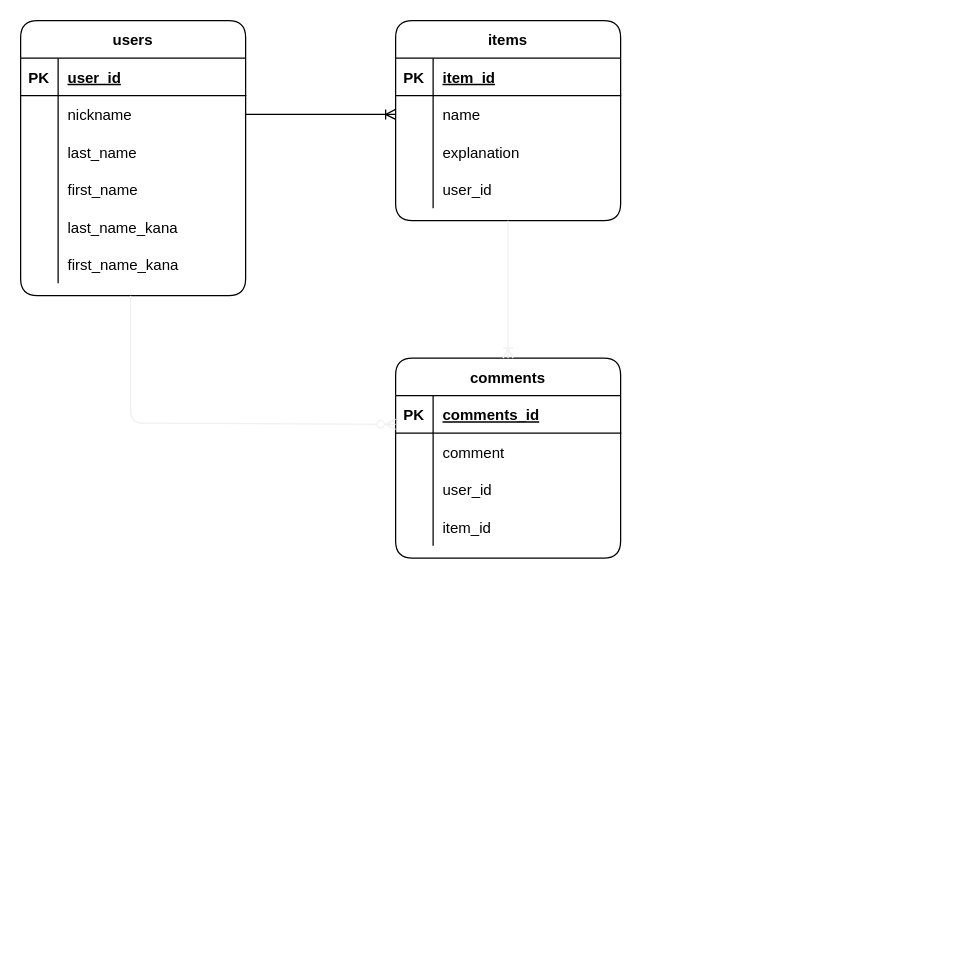
Before: furima.dio in sumitaryosuke/furima-32535, a draw.io diagram. Source tidied: cells renumbered, new cells numbered last; positions are measured from the earlier drawing's top-left corner, leaving out a move shared by most shapes. Both pictures are drawn from the tidied source at 125%, with x=0, y=0 at pixel (20, 20).
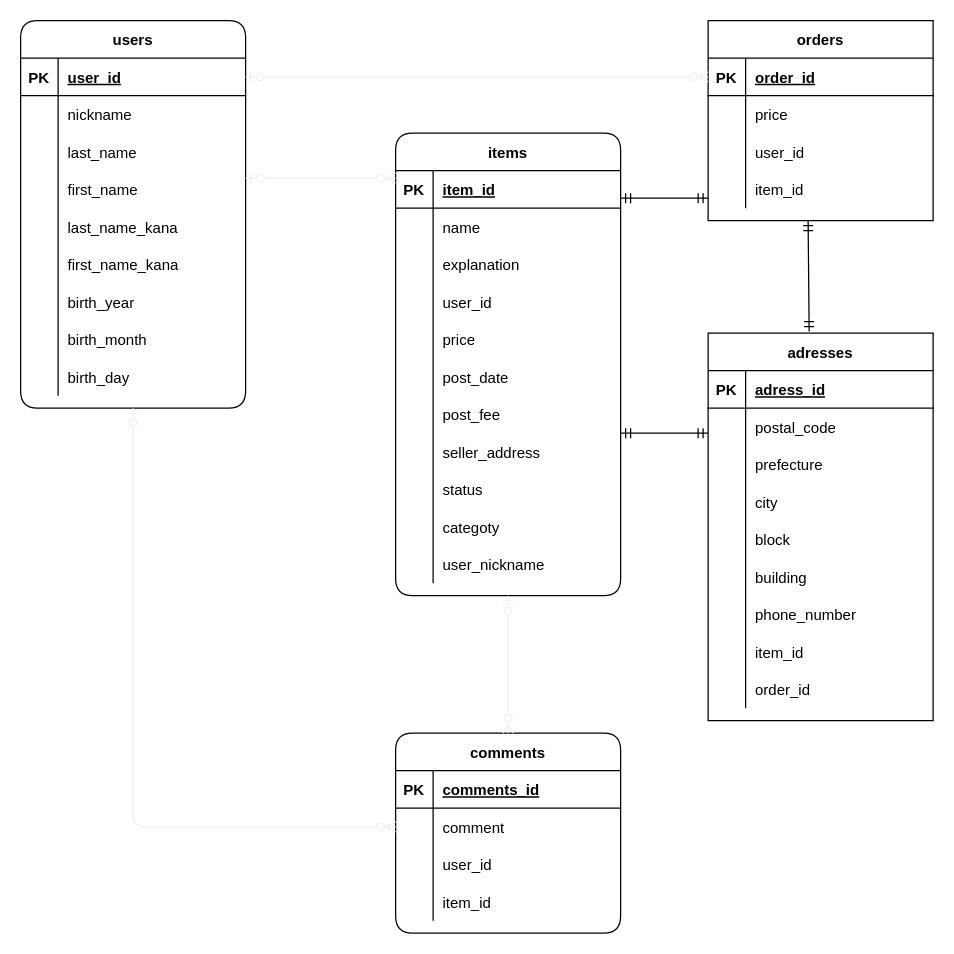
Above is the later version.

Commit message (it also covers changes not shown here):
データベース設計　修正１

The change refers to these unchanged cells:
```xml
<mxCell id="6" style="shape=partialRectangle;fillColor=none;top=0;left=0;bottom=0;right=0;points=[[0,0.5],[1,0.5]];portConstraint=eastwest;rounded=1;" parent="2" vertex="1">
  <mxGeometry y="60" width="180" height="30" as="geometry" />
</mxCell>
<mxCell id="12" style="shape=partialRectangle;fillColor=none;top=0;left=0;bottom=0;right=0;points=[[0,0.5],[1,0.5]];portConstraint=eastwest;rounded=1;" parent="2" vertex="1">
  <mxGeometry y="120" width="180" height="30" as="geometry" />
</mxCell>
<mxCell id="25" style="shape=partialRectangle;fillColor=none;top=0;left=0;bottom=0;right=0;points=[[0,0.5],[1,0.5]];portConstraint=eastwest;rounded=1;" parent="21" vertex="1">
  <mxGeometry y="60" width="180" height="30" as="geometry" />
</mxCell>
<mxCell id="38" style="shape=partialRectangle;fillColor=none;top=0;left=0;bottom=0;right=0;points=[[0,0.5],[1,0.5]];portConstraint=eastwest;rounded=1;" parent="34" vertex="1">
  <mxGeometry y="60" width="180" height="30" as="geometry" />
</mxCell>
```

Change to the diagram source:
```diff
@@
     <mxCell id="2" value="users" style="shape=table;startSize=30;childLayout=tableLayout;rowLines=0;fontStyle=1;align=center;rounded=1;" parent="1" vertex="1">
-      <mxGeometry width="180" height="220" as="geometry" />
+      <mxGeometry width="180" height="310" as="geometry" />
     </mxCell>
@@
+    <mxCell id="50" style="shape=partialRectangle;fillColor=none;top=0;left=0;bottom=0;right=0;rounded=1;" parent="2" vertex="1">
+      <mxGeometry y="210" width="180" height="30" as="geometry" />
+    </mxCell>
+    <mxCell id="51" style="shape=partialRectangle;fillColor=none;top=0;left=0;bottom=0;right=0;overflow=hidden;rounded=1;" parent="50" vertex="1">
+      <mxGeometry width="30" height="30" as="geometry" />
+    </mxCell>
+    <mxCell id="52" value="birth_year" style="shape=partialRectangle;fillColor=none;top=0;left=0;bottom=0;right=0;align=left;spacingLeft=6;overflow=hidden;rounded=1;" parent="50" vertex="1">
+      <mxGeometry x="30" width="150" height="30" as="geometry" />
+    </mxCell>
+    <mxCell id="53" style="shape=partialRectangle;fillColor=none;top=0;left=0;bottom=0;right=0;rounded=1;" parent="2" vertex="1">
+      <mxGeometry y="240" width="180" height="30" as="geometry" />
+    </mxCell>
+    <mxCell id="54" style="shape=partialRectangle;fillColor=none;top=0;left=0;bottom=0;right=0;overflow=hidden;rounded=1;" parent="53" vertex="1">
+      <mxGeometry width="30" height="30" as="geometry" />
+    </mxCell>
+    <mxCell id="55" value="birth_month" style="shape=partialRectangle;fillColor=none;top=0;left=0;bottom=0;right=0;align=left;spacingLeft=6;overflow=hidden;rounded=1;" parent="53" vertex="1">
+      <mxGeometry x="30" width="150" height="30" as="geometry" />
+    </mxCell>
+    <mxCell id="56" style="shape=partialRectangle;fillColor=none;top=0;left=0;bottom=0;right=0;rounded=1;" parent="2" vertex="1">
+      <mxGeometry y="270" width="180" height="30" as="geometry" />
+    </mxCell>
+    <mxCell id="57" style="shape=partialRectangle;fillColor=none;top=0;left=0;bottom=0;right=0;overflow=hidden;rounded=1;" parent="56" vertex="1">
+      <mxGeometry width="30" height="30" as="geometry" />
+    </mxCell>
+    <mxCell id="58" value="birth_day" style="shape=partialRectangle;fillColor=none;top=0;left=0;bottom=0;right=0;align=left;spacingLeft=6;overflow=hidden;rounded=1;" parent="56" vertex="1">
+      <mxGeometry x="30" width="150" height="30" as="geometry" />
+    </mxCell>
     <mxCell id="21" value="items" style="shape=table;startSize=30;childLayout=tableLayout;rowLines=0;fontStyle=1;align=center;rounded=1;" parent="1" vertex="1">
-      <mxGeometry x="300" width="180" height="160" as="geometry" />
+      <mxGeometry x="300" y="90" width="180" height="370" as="geometry" />
     </mxCell>
@@
+    <mxCell id="59" style="shape=partialRectangle;fillColor=none;top=0;left=0;bottom=0;right=0;rounded=1;" parent="21" vertex="1">
+      <mxGeometry y="150" width="180" height="30" as="geometry" />
+    </mxCell>
+    <mxCell id="60" style="shape=partialRectangle;fillColor=none;top=0;left=0;bottom=0;right=0;overflow=hidden;rounded=1;" parent="59" vertex="1">
+      <mxGeometry width="30" height="30" as="geometry" />
+    </mxCell>
+    <mxCell id="61" value="price" style="shape=partialRectangle;fillColor=none;top=0;left=0;bottom=0;right=0;align=left;spacingLeft=6;overflow=hidden;rounded=1;" parent="59" vertex="1">
+      <mxGeometry x="30" width="150" height="30" as="geometry" />
+    </mxCell>
+    <mxCell id="62" style="shape=partialRectangle;fillColor=none;top=0;left=0;bottom=0;right=0;rounded=1;" parent="21" vertex="1">
+      <mxGeometry y="180" width="180" height="30" as="geometry" />
+    </mxCell>
+    <mxCell id="63" style="shape=partialRectangle;fillColor=none;top=0;left=0;bottom=0;right=0;overflow=hidden;rounded=1;" parent="62" vertex="1">
+      <mxGeometry width="30" height="30" as="geometry" />
+    </mxCell>
+    <mxCell id="64" value="post_date" style="shape=partialRectangle;fillColor=none;top=0;left=0;bottom=0;right=0;align=left;spacingLeft=6;overflow=hidden;rounded=1;" parent="62" vertex="1">
+      <mxGeometry x="30" width="150" height="30" as="geometry" />
+    </mxCell>
+    <mxCell id="65" style="shape=partialRectangle;fillColor=none;top=0;left=0;bottom=0;right=0;rounded=1;" parent="21" vertex="1">
+      <mxGeometry y="210" width="180" height="30" as="geometry" />
+    </mxCell>
+    <mxCell id="66" style="shape=partialRectangle;fillColor=none;top=0;left=0;bottom=0;right=0;overflow=hidden;rounded=1;" parent="65" vertex="1">
+      <mxGeometry width="30" height="30" as="geometry" />
+    </mxCell>
+    <mxCell id="67" value="post_fee" style="shape=partialRectangle;fillColor=none;top=0;left=0;bottom=0;right=0;align=left;spacingLeft=6;overflow=hidden;rounded=1;" parent="65" vertex="1">
+      <mxGeometry x="30" width="150" height="30" as="geometry" />
+    </mxCell>
+    <mxCell id="68" style="shape=partialRectangle;fillColor=none;top=0;left=0;bottom=0;right=0;rounded=1;" parent="21" vertex="1">
+      <mxGeometry y="240" width="180" height="30" as="geometry" />
+    </mxCell>
+    <mxCell id="69" style="shape=partialRectangle;fillColor=none;top=0;left=0;bottom=0;right=0;overflow=hidden;rounded=1;" parent="68" vertex="1">
+      <mxGeometry width="30" height="30" as="geometry" />
+    </mxCell>
+    <mxCell id="70" value="seller_address" style="shape=partialRectangle;fillColor=none;top=0;left=0;bottom=0;right=0;align=left;spacingLeft=6;overflow=hidden;rounded=1;" parent="68" vertex="1">
+      <mxGeometry x="30" width="150" height="30" as="geometry" />
+    </mxCell>
+    <mxCell id="71" style="shape=partialRectangle;fillColor=none;top=0;left=0;bottom=0;right=0;rounded=1;" parent="21" vertex="1">
+      <mxGeometry y="270" width="180" height="30" as="geometry" />
+    </mxCell>
+    <mxCell id="72" style="shape=partialRectangle;fillColor=none;top=0;left=0;bottom=0;right=0;overflow=hidden;rounded=1;" parent="71" vertex="1">
+      <mxGeometry width="30" height="30" as="geometry" />
+    </mxCell>
+    <mxCell id="73" value="status" style="shape=partialRectangle;fillColor=none;top=0;left=0;bottom=0;right=0;align=left;spacingLeft=6;overflow=hidden;rounded=1;" parent="71" vertex="1">
+      <mxGeometry x="30" width="150" height="30" as="geometry" />
+    </mxCell>
+    <mxCell id="74" style="shape=partialRectangle;fillColor=none;top=0;left=0;bottom=0;right=0;rounded=1;" parent="21" vertex="1">
+      <mxGeometry y="300" width="180" height="30" as="geometry" />
+    </mxCell>
+    <mxCell id="75" style="shape=partialRectangle;fillColor=none;top=0;left=0;bottom=0;right=0;overflow=hidden;rounded=1;" parent="74" vertex="1">
+      <mxGeometry width="30" height="30" as="geometry" />
+    </mxCell>
+    <mxCell id="76" value="categoty" style="shape=partialRectangle;fillColor=none;top=0;left=0;bottom=0;right=0;align=left;spacingLeft=6;overflow=hidden;rounded=1;" parent="74" vertex="1">
+      <mxGeometry x="30" width="150" height="30" as="geometry" />
+    </mxCell>
+    <mxCell id="77" style="shape=partialRectangle;fillColor=none;top=0;left=0;bottom=0;right=0;rounded=1;" parent="21" vertex="1">
+      <mxGeometry y="330" width="180" height="30" as="geometry" />
+    </mxCell>
+    <mxCell id="78" style="shape=partialRectangle;fillColor=none;top=0;left=0;bottom=0;right=0;overflow=hidden;rounded=1;" parent="77" vertex="1">
+      <mxGeometry width="30" height="30" as="geometry" />
+    </mxCell>
+    <mxCell id="79" value="user_nickname" style="shape=partialRectangle;fillColor=none;top=0;left=0;bottom=0;right=0;align=left;spacingLeft=6;overflow=hidden;rounded=1;" parent="77" vertex="1">
+      <mxGeometry x="30" width="150" height="30" as="geometry" />
+    </mxCell>
     <mxCell id="34" value="comments" style="shape=table;startSize=30;childLayout=tableLayout;rowLines=0;fontStyle=1;align=center;rounded=1;" parent="1" vertex="1">
-      <mxGeometry x="300" y="270" width="180" height="160" as="geometry" />
+      <mxGeometry x="300" y="570" width="180" height="160" as="geometry" />
     </mxCell>
@@
-    <mxCell id="47" style="edgeStyle=entityRelationEdgeStyle;fontSize=12;html=1;endArrow=ERoneToMany;exitX=1;exitY=0.5;exitDx=0;exitDy=0;entryX=0;entryY=0.5;entryDx=0;entryDy=0;" parent="1" edge="1" source="6" target="25">
-      <mxGeometry relative="1" as="geometry" />
-    </mxCell>
+    <mxCell id="80" value="orders" style="shape=table;startSize=30;childLayout=tableLayout;rowLines=0;fontStyle=1;align=center;" parent="1" vertex="1">
+      <mxGeometry x="550" width="180" height="160" as="geometry" />
+    </mxCell>
+    <mxCell id="81" style="shape=partialRectangle;fillColor=none;top=0;left=0;bottom=1;right=0;points=[[0,0.5],[1,0.5]];portConstraint=eastwest;" parent="80" vertex="1">
+      <mxGeometry y="30" width="180" height="30" as="geometry" />
+    </mxCell>
+    <mxCell id="82" value="PK" style="shape=partialRectangle;fillColor=none;top=0;left=0;bottom=0;right=0;fontStyle=1;overflow=hidden;" parent="81" vertex="1">
+      <mxGeometry width="30" height="30" as="geometry" />
+    </mxCell>
+    <mxCell id="83" value="order_id" style="shape=partialRectangle;fillColor=none;top=0;left=0;bottom=0;right=0;align=left;spacingLeft=6;fontStyle=5;overflow=hidden;" parent="81" vertex="1">
+      <mxGeometry x="30" width="150" height="30" as="geometry" />
+    </mxCell>
+    <mxCell id="84" style="shape=partialRectangle;fillColor=none;top=0;left=0;bottom=0;right=0;" parent="80" vertex="1">
+      <mxGeometry y="60" width="180" height="30" as="geometry" />
+    </mxCell>
+    <mxCell id="85" style="shape=partialRectangle;fillColor=none;top=0;left=0;bottom=0;right=0;overflow=hidden;" parent="84" vertex="1">
+      <mxGeometry width="30" height="30" as="geometry" />
+    </mxCell>
+    <mxCell id="86" value="price" style="shape=partialRectangle;fillColor=none;top=0;left=0;bottom=0;right=0;align=left;spacingLeft=6;overflow=hidden;" parent="84" vertex="1">
+      <mxGeometry x="30" width="150" height="30" as="geometry" />
+    </mxCell>
+    <mxCell id="87" style="shape=partialRectangle;fillColor=none;top=0;left=0;bottom=0;right=0;" parent="80" vertex="1">
+      <mxGeometry y="90" width="180" height="30" as="geometry" />
+    </mxCell>
+    <mxCell id="88" style="shape=partialRectangle;fillColor=none;top=0;left=0;bottom=0;right=0;overflow=hidden;" parent="87" vertex="1">
+      <mxGeometry width="30" height="30" as="geometry" />
+    </mxCell>
+    <mxCell id="89" value="user_id" style="shape=partialRectangle;fillColor=none;top=0;left=0;bottom=0;right=0;align=left;spacingLeft=6;overflow=hidden;" parent="87" vertex="1">
+      <mxGeometry x="30" width="150" height="30" as="geometry" />
+    </mxCell>
+    <mxCell id="90" style="shape=partialRectangle;fillColor=none;top=0;left=0;bottom=0;right=0;" parent="80" vertex="1">
+      <mxGeometry y="120" width="180" height="30" as="geometry" />
+    </mxCell>
+    <mxCell id="91" style="shape=partialRectangle;fillColor=none;top=0;left=0;bottom=0;right=0;overflow=hidden;" parent="90" vertex="1">
+      <mxGeometry width="30" height="30" as="geometry" />
+    </mxCell>
+    <mxCell id="92" value="item_id" style="shape=partialRectangle;fillColor=none;top=0;left=0;bottom=0;right=0;align=left;spacingLeft=6;overflow=hidden;" parent="90" vertex="1">
+      <mxGeometry x="30" width="150" height="30" as="geometry" />
+    </mxCell>
+    <mxCell id="93" value="adresses" style="shape=table;startSize=30;childLayout=tableLayout;rowLines=0;fontStyle=1;align=center;" parent="1" vertex="1">
+      <mxGeometry x="550" y="250" width="180" height="310" as="geometry" />
+    </mxCell>
+    <mxCell id="94" style="shape=partialRectangle;fillColor=none;top=0;left=0;bottom=1;right=0;" parent="93" vertex="1">
+      <mxGeometry y="30" width="180" height="30" as="geometry" />
+    </mxCell>
+    <mxCell id="95" value="PK" style="shape=partialRectangle;fillColor=none;top=0;left=0;bottom=0;right=0;fontStyle=1;overflow=hidden;" parent="94" vertex="1">
+      <mxGeometry width="30" height="30" as="geometry" />
+    </mxCell>
+    <mxCell id="96" value="adress_id" style="shape=partialRectangle;fillColor=none;top=0;left=0;bottom=0;right=0;align=left;spacingLeft=6;fontStyle=5;overflow=hidden;" parent="94" vertex="1">
+      <mxGeometry x="30" width="150" height="30" as="geometry" />
+    </mxCell>
+    <mxCell id="97" style="shape=partialRectangle;fillColor=none;top=0;left=0;bottom=0;right=0;" parent="93" vertex="1">
+      <mxGeometry y="60" width="180" height="30" as="geometry" />
+    </mxCell>
+    <mxCell id="98" style="shape=partialRectangle;fillColor=none;top=0;left=0;bottom=0;right=0;overflow=hidden;" parent="97" vertex="1">
+      <mxGeometry width="30" height="30" as="geometry" />
+    </mxCell>
+    <mxCell id="99" value="postal_code" style="shape=partialRectangle;fillColor=none;top=0;left=0;bottom=0;right=0;align=left;spacingLeft=6;overflow=hidden;" parent="97" vertex="1">
+      <mxGeometry x="30" width="150" height="30" as="geometry" />
+    </mxCell>
+    <mxCell id="100" style="shape=partialRectangle;fillColor=none;top=0;left=0;bottom=0;right=0;" parent="93" vertex="1">
+      <mxGeometry y="90" width="180" height="30" as="geometry" />
+    </mxCell>
+    <mxCell id="101" style="shape=partialRectangle;fillColor=none;top=0;left=0;bottom=0;right=0;overflow=hidden;" parent="100" vertex="1">
+      <mxGeometry width="30" height="30" as="geometry" />
+    </mxCell>
+    <mxCell id="102" value="prefecture" style="shape=partialRectangle;fillColor=none;top=0;left=0;bottom=0;right=0;align=left;spacingLeft=6;overflow=hidden;" parent="100" vertex="1">
+      <mxGeometry x="30" width="150" height="30" as="geometry" />
+    </mxCell>
+    <mxCell id="103" style="shape=partialRectangle;fillColor=none;top=0;left=0;bottom=0;right=0;" parent="93" vertex="1">
+      <mxGeometry y="120" width="180" height="30" as="geometry" />
+    </mxCell>
+    <mxCell id="104" style="shape=partialRectangle;fillColor=none;top=0;left=0;bottom=0;right=0;overflow=hidden;" parent="103" vertex="1">
+      <mxGeometry width="30" height="30" as="geometry" />
+    </mxCell>
+    <mxCell id="105" value="city" style="shape=partialRectangle;fillColor=none;top=0;left=0;bottom=0;right=0;align=left;spacingLeft=6;overflow=hidden;" parent="103" vertex="1">
+      <mxGeometry x="30" width="150" height="30" as="geometry" />
+    </mxCell>
+    <mxCell id="106" style="shape=partialRectangle;fillColor=none;top=0;left=0;bottom=0;right=0;" parent="93" vertex="1">
+      <mxGeometry y="150" width="180" height="30" as="geometry" />
+    </mxCell>
+    <mxCell id="107" style="shape=partialRectangle;fillColor=none;top=0;left=0;bottom=0;right=0;overflow=hidden;" parent="106" vertex="1">
+      <mxGeometry width="30" height="30" as="geometry" />
+    </mxCell>
+    <mxCell id="108" value="block" style="shape=partialRectangle;fillColor=none;top=0;left=0;bottom=0;right=0;align=left;spacingLeft=6;overflow=hidden;" parent="106" vertex="1">
+      <mxGeometry x="30" width="150" height="30" as="geometry" />
+    </mxCell>
+    <mxCell id="109" style="shape=partialRectangle;fillColor=none;top=0;left=0;bottom=0;right=0;" parent="93" vertex="1">
+      <mxGeometry y="180" width="180" height="30" as="geometry" />
+    </mxCell>
+    <mxCell id="110" style="shape=partialRectangle;fillColor=none;top=0;left=0;bottom=0;right=0;overflow=hidden;" parent="109" vertex="1">
+      <mxGeometry width="30" height="30" as="geometry" />
+    </mxCell>
+    <mxCell id="111" value="building" style="shape=partialRectangle;fillColor=none;top=0;left=0;bottom=0;right=0;align=left;spacingLeft=6;overflow=hidden;" parent="109" vertex="1">
+      <mxGeometry x="30" width="150" height="30" as="geometry" />
+    </mxCell>
+    <mxCell id="112" style="shape=partialRectangle;fillColor=none;top=0;left=0;bottom=0;right=0;" parent="93" vertex="1">
+      <mxGeometry y="210" width="180" height="30" as="geometry" />
+    </mxCell>
+    <mxCell id="113" style="shape=partialRectangle;fillColor=none;top=0;left=0;bottom=0;right=0;overflow=hidden;" parent="112" vertex="1">
+      <mxGeometry width="30" height="30" as="geometry" />
+    </mxCell>
+    <mxCell id="114" value="phone_number" style="shape=partialRectangle;fillColor=none;top=0;left=0;bottom=0;right=0;align=left;spacingLeft=6;overflow=hidden;" parent="112" vertex="1">
+      <mxGeometry x="30" width="150" height="30" as="geometry" />
+    </mxCell>
+    <mxCell id="115" style="shape=partialRectangle;fillColor=none;top=0;left=0;bottom=0;right=0;" parent="93" vertex="1">
+      <mxGeometry y="240" width="180" height="30" as="geometry" />
+    </mxCell>
+    <mxCell id="116" style="shape=partialRectangle;fillColor=none;top=0;left=0;bottom=0;right=0;overflow=hidden;" parent="115" vertex="1">
+      <mxGeometry width="30" height="30" as="geometry" />
+    </mxCell>
+    <mxCell id="117" value="item_id" style="shape=partialRectangle;fillColor=none;top=0;left=0;bottom=0;right=0;align=left;spacingLeft=6;overflow=hidden;" parent="115" vertex="1">
+      <mxGeometry x="30" width="150" height="30" as="geometry" />
+    </mxCell>
+    <mxCell id="118" style="shape=partialRectangle;fillColor=none;top=0;left=0;bottom=0;right=0;" parent="93" vertex="1">
+      <mxGeometry y="270" width="180" height="30" as="geometry" />
+    </mxCell>
+    <mxCell id="119" style="shape=partialRectangle;fillColor=none;top=0;left=0;bottom=0;right=0;overflow=hidden;" parent="118" vertex="1">
+      <mxGeometry width="30" height="30" as="geometry" />
+    </mxCell>
+    <mxCell id="120" value="order_id" style="shape=partialRectangle;fillColor=none;top=0;left=0;bottom=0;right=0;align=left;spacingLeft=6;overflow=hidden;" parent="118" vertex="1">
+      <mxGeometry x="30" width="150" height="30" as="geometry" />
+    </mxCell>
+    <mxCell id="121" style="fontSize=12;html=1;endArrow=ERzeroToMany;startArrow=ERzeroToOne;strokeColor=#f0f0f0;entryX=0;entryY=0.5;entryDx=0;entryDy=0;" parent="1" edge="1" target="38">
+      <mxGeometry relative="1" as="geometry">
+        <mxPoint x="90" y="310" as="sourcePoint" />
+        <Array as="points">
+          <mxPoint x="90" y="645" />
+        </Array>
+      </mxGeometry>
+    </mxCell>
+    <mxCell id="122" style="fontSize=12;html=1;endArrow=ERzeroToMany;startArrow=ERzeroToOne;strokeColor=#f0f0f0;exitX=1;exitY=0.2;exitDx=0;exitDy=0;exitPerimeter=0;" parent="1" edge="1" source="12">
+      <mxGeometry relative="1" as="geometry">
+        <mxPoint x="300" y="126" as="targetPoint" />
+      </mxGeometry>
+    </mxCell>
+    <mxCell id="123" style="fontSize=12;html=1;endArrow=ERzeroToMany;startArrow=ERzeroToOne;strokeColor=#f0f0f0;entryX=0;entryY=0.5;entryDx=0;entryDy=0;" parent="1" edge="1" target="81">
+      <mxGeometry relative="1" as="geometry">
+        <mxPoint x="180" y="45" as="sourcePoint" />
+      </mxGeometry>
+    </mxCell>
-    <mxCell id="48" style="fontSize=12;html=1;endArrow=ERoneToMany;strokeColor=#f0f0f0;exitX=0.5;exitY=1;exitDx=0;exitDy=0;entryX=0.5;entryY=0;entryDx=0;entryDy=0;" parent="1" edge="1" source="21" target="34">
+    <mxCell id="48" style="fontSize=12;html=1;endArrow=ERzeroToMany;startArrow=ERzeroToOne;strokeColor=#f0f0f0;exitX=0.5;exitY=1;exitDx=0;exitDy=0;entryX=0.5;entryY=0;entryDx=0;entryDy=0;" parent="1" edge="1" source="21" target="34">
       <mxGeometry relative="1" as="geometry" />
     </mxCell>
-    <mxCell id="49" style="edgeStyle=orthogonalEdgeStyle;fontSize=12;html=1;endArrow=ERzeroToMany;endFill=1;strokeColor=#f0f0f0;exitX=0.5;exitY=1;exitDx=0;exitDy=0;entryX=0.011;entryY=0.767;entryDx=0;entryDy=0;entryPerimeter=0;" parent="1" edge="1">
-      <mxGeometry relative="1" as="geometry">
-        <mxPoint x="88" y="220" as="sourcePoint" />
-        <mxPoint x="300" y="323" as="targetPoint" />
-        <Array as="points">
-          <mxPoint x="88" y="322" />
-        </Array>
-      </mxGeometry>
-    </mxCell>
+    <mxCell id="124" style="fontSize=12;html=1;endArrow=ERmandOne;startArrow=ERmandOne;" parent="1" edge="1">
+      <mxGeometry relative="1" as="geometry">
+        <mxPoint x="480" y="142" as="sourcePoint" />
+        <mxPoint x="550" y="142" as="targetPoint" />
+      </mxGeometry>
+    </mxCell>
+    <mxCell id="125" style="fontSize=12;html=1;endArrow=ERmandOne;startArrow=ERmandOne;exitX=1.017;exitY=0.733;exitDx=0;exitDy=0;exitPerimeter=0;" parent="1" edge="1">
+      <mxGeometry relative="1" as="geometry">
+        <mxPoint x="480" y="330" as="sourcePoint" />
+        <mxPoint x="550" y="330" as="targetPoint" />
+      </mxGeometry>
+    </mxCell>
+    <mxCell id="126" style="fontSize=12;html=1;endArrow=ERmandOne;startArrow=ERmandOne;entryX=0.449;entryY=-0.004;entryDx=0;entryDy=0;entryPerimeter=0;" parent="1" edge="1" target="93">
+      <mxGeometry relative="1" as="geometry">
+        <mxPoint x="630" y="160" as="sourcePoint" />
+      </mxGeometry>
+    </mxCell>
```
